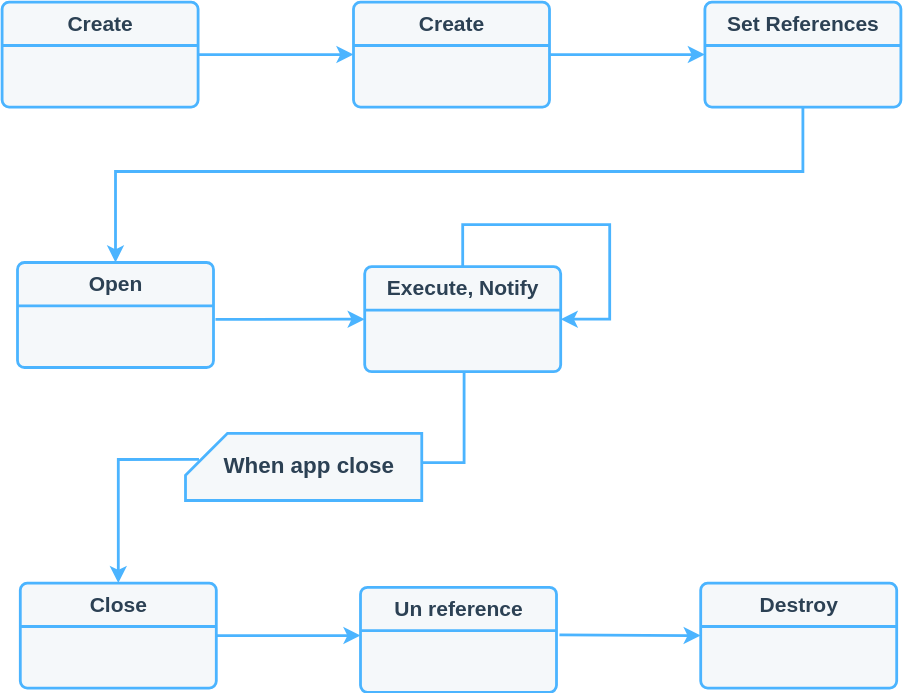
This is content/en/conceptual/building_blocks/components/figure1.svg from pip-services/pip-services-docs, a draw.io export, as it was before one commit. Source tidied: cells renumbered, new cells last; positions are measured from the earlier drawing's top-left corner, leaving out a move shared by most shapes.
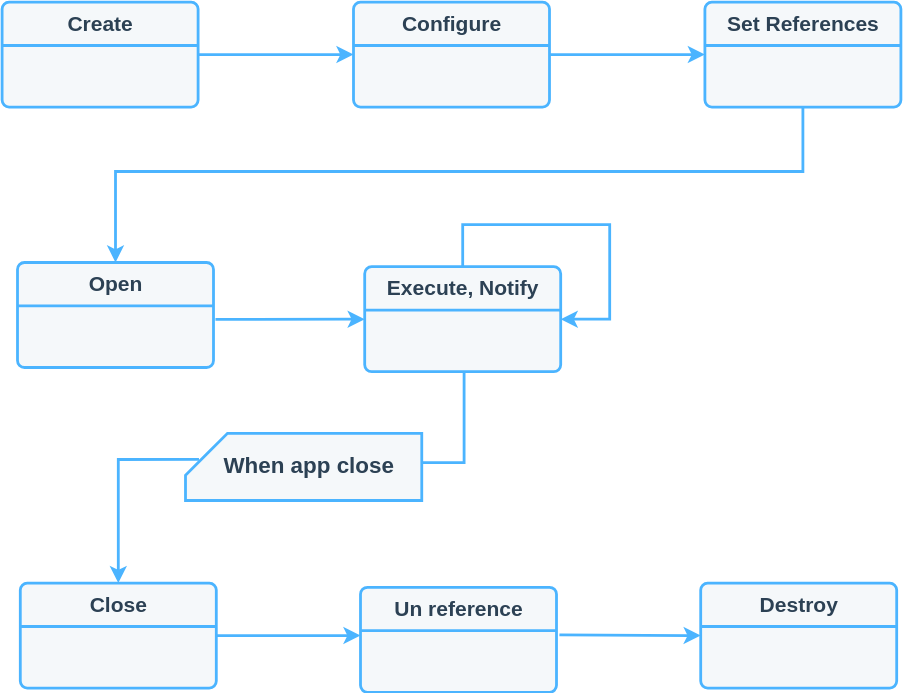
After the commit.

Commit message:
fix lifecycle diagram

Change to the diagram source:
```diff
@@ -63,7 +63,7 @@
         </Array>
       </mxGeometry>
     </mxCell>
-    <mxCell id="14" value="Create" style="html=1;align=center;verticalAlign=top;rounded=1;absoluteArcSize=1;arcSize=10;dashed=0;sketch=0;strokeColor=#4BB4FF;strokeWidth=2;fontStyle=1;fontSize=15;fillColor=#F5F8FA;fontColor=#2C4154;" parent="1" vertex="1">
+    <mxCell id="14" value="Configure" style="html=1;align=center;verticalAlign=top;rounded=1;absoluteArcSize=1;arcSize=10;dashed=0;sketch=0;strokeColor=#4BB4FF;strokeWidth=2;fontStyle=1;fontSize=15;fillColor=#F5F8FA;fontColor=#2C4154;" parent="1" vertex="1">
       <mxGeometry x="251" width="140" height="75" as="geometry" />
     </mxCell>
     <mxCell id="15" style="endArrow=none;html=1;rounded=0;fontFamily=Source Sans pro;fontSource=https%3A%2F%2Ffonts.googleapis.com%2Fcss%3Ffamily%3DSource%2BSans%2Bpro;fontSize=14;fontColor=#FFFF33;strokeColor=#4BB4FF;strokeWidth=2;sketch=0;" parent="1" edge="1">
```
